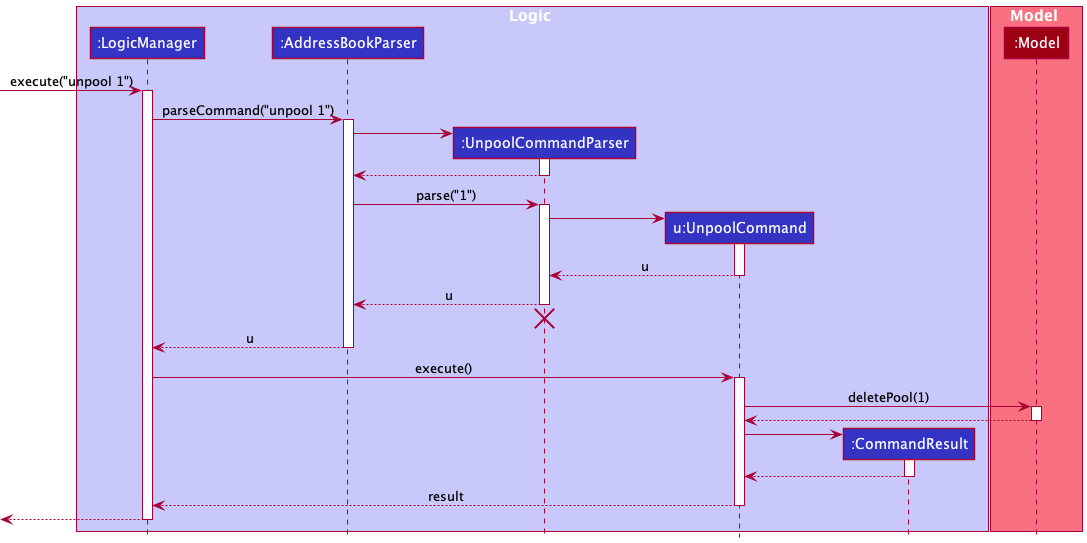
Earlier version of the PlantUML export docs/images/UnpoolSequenceDiagram.png (nus-cs2103-AY2021S2/tp).
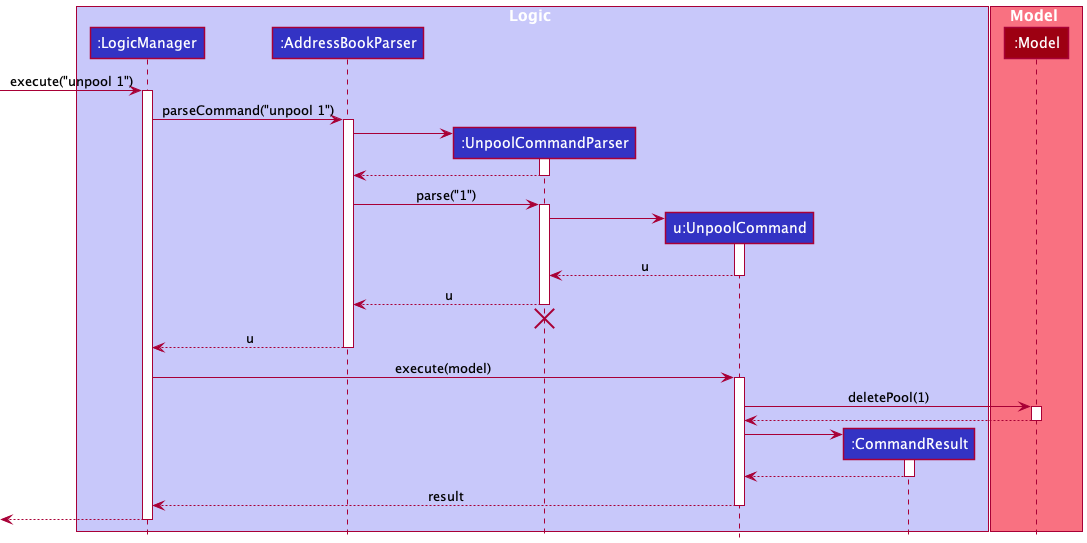
After the change.

Commit message:
Update Pool and Unpool sequence diagrams

The edit, as a diff of the source:
```diff
@@ -44,7 +44,7 @@
 AddressBookParser --> LogicManager : u
 deactivate AddressBookParser
 
-LogicManager -> UnpoolCommand : execute()
+LogicManager -> UnpoolCommand : execute(model)
 activate UnpoolCommand
 
 UnpoolCommand -> Model : deletePool(1)
```
